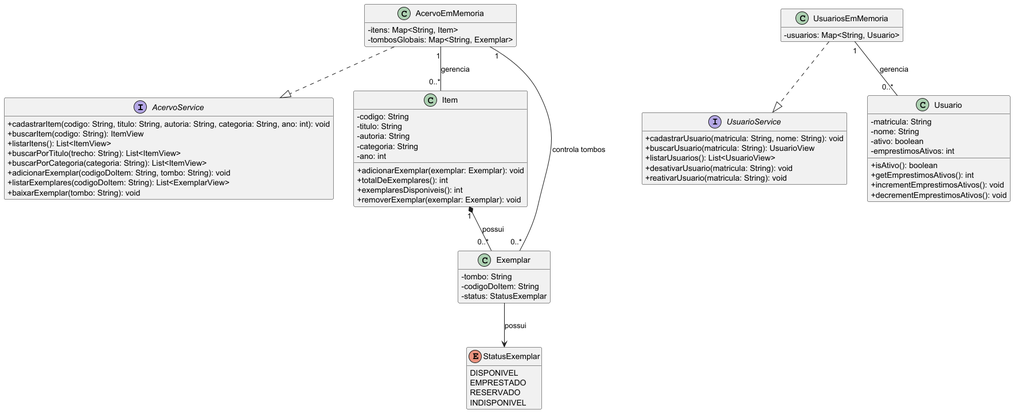
This is docs/modelo.png from poo-dcx-2026-2/equipe-01-itgirls, a PlantUML export, as it was before one commit. Source of this version:
```plantuml
@startuml

skinparam classAttributeIconSize 0
hide empty members

interface AcervoService {
    +cadastrarItem(codigo: String, titulo: String, autoria: String, categoria: String, ano: int): void
    +buscarItem(codigo: String): ItemView
    +listarItens(): List<ItemView>
    +buscarPorTitulo(trecho: String): List<ItemView>
    +buscarPorCategoria(categoria: String): List<ItemView>
    +adicionarExemplar(codigoDoItem: String, tombo: String): void
    +listarExemplares(codigoDoItem: String): List<ExemplarView>
    +baixarExemplar(tombo: String): void
}

class AcervoEmMemoria {
    -itens: Map<String, Item>
    -tombosGlobais: Map<String, Exemplar>
}

AcervoEmMemoria ..|> AcervoService


interface UsuarioService {
    +cadastrarUsuario(matricula: String, nome: String): void
    +buscarUsuario(matricula: String): UsuarioView
    +listarUsuarios(): List<UsuarioView>
    +desativarUsuario(matricula: String): void
    +reativarUsuario(matricula: String): void
}

class UsuariosEmMemoria {
    -usuarios: Map<String, Usuario>
}

UsuariosEmMemoria ..|> UsuarioService


class Item {
    -codigo: String
    -titulo: String
    -autoria: String
    -categoria: String
    -ano: int

    +adicionarExemplar(exemplar: Exemplar): void
    +totalDeExemplares(): int
    +exemplaresDisponiveis(): int
    +removerExemplar(exemplar: Exemplar): void
}

class Exemplar {
    -tombo: String
    -codigoDoItem: String
    -status: StatusExemplar
}

class Usuario {
    -matricula: String
    -nome: String
    -ativo: boolean
    -emprestimosAtivos: int

    +isAtivo(): boolean
    +getEmprestimosAtivos(): int
    +incrementEmprestimosAtivos(): void
    +decrementEmprestimosAtivos(): void
}

enum StatusExemplar {
    DISPONIVEL
    EMPRESTADO
    RESERVADO
    INDISPONIVEL
}


AcervoEmMemoria "1" -- "0..*" Item : gerencia

Item "1" *-- "0..*" Exemplar : possui

AcervoEmMemoria "1" -- "0..*" Exemplar : controla tombos

UsuariosEmMemoria "1" -- "0..*" Usuario : gerencia

Exemplar --> StatusExemplar : possui

@enduml
```
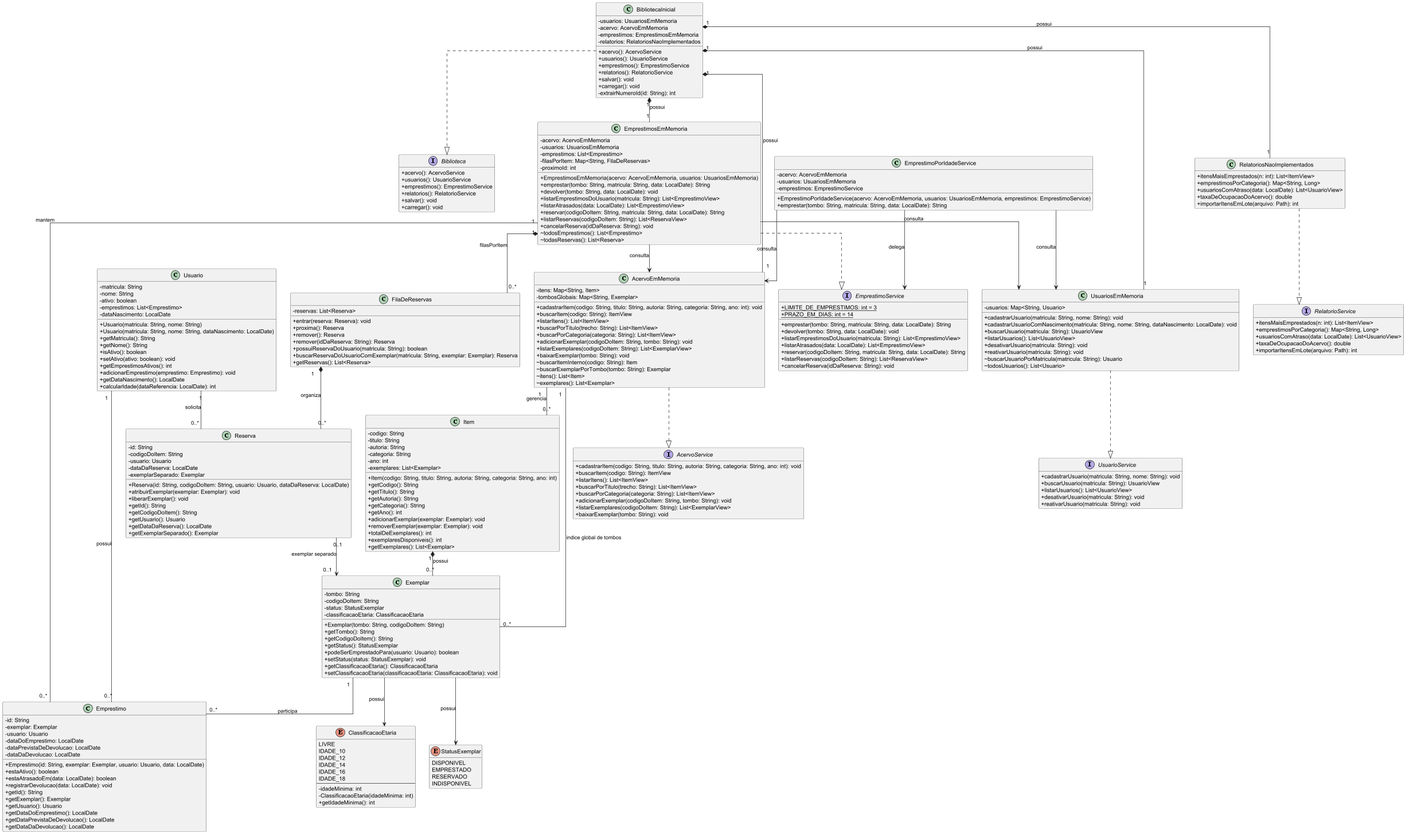
The same diagram one commit later.

Change to the diagram source:
```diff
@@ -1,7 +1,9 @@
 @startuml
 
 skinparam classAttributeIconSize 0
+skinparam linetype ortho
 hide empty members
+
 
 interface AcervoService {
     +cadastrarItem(codigo: String, titulo: String, autoria: String, categoria: String, ano: int): void
@@ -14,14 +16,6 @@
     +baixarExemplar(tombo: String): void
 }
 
-class AcervoEmMemoria {
-    -itens: Map<String, Item>
-    -tombosGlobais: Map<String, Exemplar>
-}
-
-AcervoEmMemoria ..|> AcervoService
-
-
 interface UsuarioService {
     +cadastrarUsuario(matricula: String, nome: String): void
     +buscarUsuario(matricula: String): UsuarioView
@@ -30,11 +24,105 @@
     +reativarUsuario(matricula: String): void
 }
 
+interface EmprestimoService {
+    +{static} LIMITE_DE_EMPRESTIMOS: int = 3
+    +{static} PRAZO_EM_DIAS: int = 14
+    +emprestar(tombo: String, matricula: String, data: LocalDate): String
+    +devolver(tombo: String, data: LocalDate): void
+    +listarEmprestimosDoUsuario(matricula: String): List<EmprestimoView>
+    +listarAtrasados(data: LocalDate): List<EmprestimoView>
+    +reservar(codigoDoItem: String, matricula: String, data: LocalDate): String
+    +listarReservas(codigoDoItem: String): List<ReservaView>
+    +cancelarReserva(idDaReserva: String): void
+}
+
+interface RelatorioService {
+    +itensMaisEmprestados(n: int): List<ItemView>
+    +emprestimosPorCategoria(): Map<String, Long>
+    +usuariosComAtraso(data: LocalDate): List<UsuarioView>
+    +taxaDeOcupacaoDoAcervo(): double
+    +importarItensEmLote(arquivo: Path): int
+}
+
+interface Biblioteca {
+    +acervo(): AcervoService
+    +usuarios(): UsuarioService
+    +emprestimos(): EmprestimoService
+    +relatorios(): RelatorioService
+    +salvar(): void
+    +carregar(): void
+}
+
+
+class AcervoEmMemoria {
+    -itens: Map<String, Item>
+    -tombosGlobais: Map<String, Exemplar>
+    +cadastrarItem(codigo: String, titulo: String, autoria: String, categoria: String, ano: int): void
+    +buscarItem(codigo: String): ItemView
+    +listarItens(): List<ItemView>
+    +buscarPorTitulo(trecho: String): List<ItemView>
+    +buscarPorCategoria(categoria: String): List<ItemView>
+    +adicionarExemplar(codigoDoItem: String, tombo: String): void
+    +listarExemplares(codigoDoItem: String): List<ExemplarView>
+    +baixarExemplar(tombo: String): void
+    ~buscarItemInterno(codigo: String): Item
+    ~buscarExemplarPorTombo(tombo: String): Exemplar
+    ~itens(): List<Item>
+    ~exemplares(): List<Exemplar>
+}
+
 class UsuariosEmMemoria {
     -usuarios: Map<String, Usuario>
+    +cadastrarUsuario(matricula: String, nome: String): void
+    +cadastrarUsuarioComNascimento(matricula: String, nome: String, dataNascimento: LocalDate): void
+    +buscarUsuario(matricula: String): UsuarioView
+    +listarUsuarios(): List<UsuarioView>
+    +desativarUsuario(matricula: String): void
+    +reativarUsuario(matricula: String): void
+    ~buscarUsuarioPorMatricula(matricula: String): Usuario
+    ~todosUsuarios(): List<Usuario>
 }
 
-UsuariosEmMemoria ..|> UsuarioService
+class EmprestimosEmMemoria {
+    -acervo: AcervoEmMemoria
+    -usuarios: UsuariosEmMemoria
+    -emprestimos: List<Emprestimo>
+    -filasPorItem: Map<String, FilaDeReservas>
+    -proximoId: int
+    +EmprestimosEmMemoria(acervo: AcervoEmMemoria, usuarios: UsuariosEmMemoria)
+    +emprestar(tombo: String, matricula: String, data: LocalDate): String
+    +devolver(tombo: String, data: LocalDate): void
+    +listarEmprestimosDoUsuario(matricula: String): List<EmprestimoView>
+    +listarAtrasados(data: LocalDate): List<EmprestimoView>
+    +reservar(codigoDoItem: String, matricula: String, data: LocalDate): String
+    +listarReservas(codigoDoItem: String): List<ReservaView>
+    +cancelarReserva(idDaReserva: String): void
+    ~todosEmprestimos(): List<Emprestimo>
+    ~todasReservas(): List<Reserva>
+}
+
+class RelatoriosNaoImplementados {
+    +itensMaisEmprestados(n: int): List<ItemView>
+    +emprestimosPorCategoria(): Map<String, Long>
+    +usuariosComAtraso(data: LocalDate): List<UsuarioView>
+    +taxaDeOcupacaoDoAcervo(): double
+    +importarItensEmLote(arquivo: Path): int
+}
+
+
+class BibliotecaInicial {
+    -usuarios: UsuariosEmMemoria
+    -acervo: AcervoEmMemoria
+    -emprestimos: EmprestimosEmMemoria
+    -relatorios: RelatoriosNaoImplementados
+    +acervo(): AcervoService
+    +usuarios(): UsuarioService
+    +emprestimos(): EmprestimoService
+    +relatorios(): RelatorioService
+    +salvar(): void
+    +carregar(): void
+    -extrairNumeroId(id: String): int
+}
 
 
 class Item {
@@ -43,29 +131,119 @@
     -autoria: String
     -categoria: String
     -ano: int
-
+    -exemplares: List<Exemplar>
+    +Item(codigo: String, titulo: String, autoria: String, categoria: String, ano: int)
+    +getCodigo(): String
+    +getTitulo(): String
+    +getAutoria(): String
+    +getCategoria(): String
+    +getAno(): int
     +adicionarExemplar(exemplar: Exemplar): void
+    +removerExemplar(exemplar: Exemplar): void
     +totalDeExemplares(): int
     +exemplaresDisponiveis(): int
-    +removerExemplar(exemplar: Exemplar): void
+    +getExemplares(): List<Exemplar>
 }
 
 class Exemplar {
     -tombo: String
     -codigoDoItem: String
     -status: StatusExemplar
+    -classificacaoEtaria: ClassificacaoEtaria
+    +Exemplar(tombo: String, codigoDoItem: String)
+    +getTombo(): String
+    +getCodigoDoItem(): String
+    +getStatus(): StatusExemplar
+    +podeSerEmprestadoPara(usuario: Usuario): boolean
+    +setStatus(status: StatusExemplar): void
+    +getClassificacaoEtaria(): ClassificacaoEtaria
+    +setClassificacaoEtaria(classificacaoEtaria: ClassificacaoEtaria): void
 }
 
 class Usuario {
     -matricula: String
     -nome: String
     -ativo: boolean
-    -emprestimosAtivos: int
+    -emprestimos: List<Emprestimo>
+    -dataNascimento: LocalDate
+    +Usuario(matricula: String, nome: String)
+    +Usuario(matricula: String, nome: String, dataNascimento: LocalDate)
+    +getMatricula(): String
+    +getNome(): String
+    +isAtivo(): boolean
+    +setAtivo(ativo: boolean): void
+    +getEmprestimosAtivos(): int
+    +adicionarEmprestimo(emprestimo: Emprestimo): void
+    +getDataNascimento(): LocalDate
+    +calcularIdade(dataReferencia: LocalDate): int
+}
 
-    +isAtivo(): boolean
-    +getEmprestimosAtivos(): int
-    +incrementEmprestimosAtivos(): void
-    +decrementEmprestimosAtivos(): void
+class Emprestimo {
+    -id: String
+    -exemplar: Exemplar
+    -usuario: Usuario
+    -dataDoEmprestimo: LocalDate
+    -dataPrevistaDeDevolucao: LocalDate
+    -dataDaDevolucao: LocalDate
+    +Emprestimo(id: String, exemplar: Exemplar, usuario: Usuario, data: LocalDate)
+    +estaAtivo(): boolean
+    +estaAtrasadoEm(data: LocalDate): boolean
+    +registrarDevolucao(data: LocalDate): void
+    +getId(): String
+    +getExemplar(): Exemplar
+    +getUsuario(): Usuario
+    +getDataDoEmprestimo(): LocalDate
+    +getDataPrevistaDeDevolucao(): LocalDate
+    +getDataDaDevolucao(): LocalDate
+}
+
+class Reserva {
+    -id: String
+    -codigoDoItem: String
+    -usuario: Usuario
+    -dataDaReserva: LocalDate
+    -exemplarSeparado: Exemplar
+    +Reserva(id: String, codigoDoItem: String, usuario: Usuario, dataDaReserva: LocalDate)
+    +atribuirExemplar(exemplar: Exemplar): void
+    +liberarExemplar(): void
+    +getId(): String
+    +getCodigoDoItem(): String
+    +getUsuario(): Usuario
+    +getDataDaReserva(): LocalDate
+    +getExemplarSeparado(): Exemplar
+}
+
+class FilaDeReservas {
+    -reservas: List<Reserva>
+    +entrar(reserva: Reserva): void
+    +proxima(): Reserva
+    +remover(): Reserva
+    +remover(idDaReserva: String): Reserva
+    +possuiReservaDoUsuario(matricula: String): boolean
+    +buscarReservaDoUsuarioComExemplar(matricula: String, exemplar: Exemplar): Reserva
+    +getReservas(): List<Reserva>
+}
+
+
+class EmprestimoPorIdadeService {
+    -acervo: AcervoEmMemoria
+    -usuarios: UsuariosEmMemoria
+    -emprestimos: EmprestimoService
+    +EmprestimoPorIdadeService(acervo: AcervoEmMemoria, usuarios: UsuariosEmMemoria, emprestimos: EmprestimoService)
+    +emprestar(tombo: String, matricula: String, data: LocalDate): String
+}
+
+enum ClassificacaoEtaria {
+    LIVRE
+    IDADE_10
+    IDADE_12
+    IDADE_14
+    IDADE_16
+    IDADE_18
+    --
+    -idadeMinima: int
+    -ClassificacaoEtaria(idadeMinima: int)
+    +getIdadeMinima(): int
 }
 
 enum StatusExemplar {
@@ -76,14 +254,44 @@
 }
 
 
+AcervoEmMemoria ..|> AcervoService
+UsuariosEmMemoria ..|> UsuarioService
+EmprestimosEmMemoria ..|> EmprestimoService
+RelatoriosNaoImplementados ..|> RelatorioService
+BibliotecaInicial ..|> Biblioteca
+
+
+BibliotecaInicial "1" *-- "1" AcervoEmMemoria : possui
+BibliotecaInicial "1" *-- "1" UsuariosEmMemoria : possui
+BibliotecaInicial "1" *-- "1" EmprestimosEmMemoria : possui
+BibliotecaInicial "1" *-- "1" RelatoriosNaoImplementados : possui
+
+EmprestimosEmMemoria --> AcervoEmMemoria : consulta
+EmprestimosEmMemoria --> UsuariosEmMemoria : consulta
+
+
 AcervoEmMemoria "1" -- "0..*" Item : gerencia
-
 Item "1" *-- "0..*" Exemplar : possui
-
-AcervoEmMemoria "1" -- "0..*" Exemplar : controla tombos
-
-UsuariosEmMemoria "1" -- "0..*" Usuario : gerencia
+AcervoEmMemoria "1" -- "0..*" Exemplar : indice global de tombos
 
 Exemplar --> StatusExemplar : possui
+Exemplar --> ClassificacaoEtaria : possui
+
+
+EmprestimosEmMemoria "1" -- "0..*" Emprestimo : mantem
+Usuario "1" -- "0..*" Emprestimo : possui
+Exemplar "1" -- "0..*" Emprestimo : participa
+
+
+EmprestimosEmMemoria "1" *-- "0..*" FilaDeReservas : filasPorItem
+FilaDeReservas "1" *-- "0..*" Reserva : organiza
+
+Usuario "1" -- "0..*" Reserva : solicita
+Reserva "0..1" --> "0..1" Exemplar : exemplar separado
+
+
+EmprestimoPorIdadeService --> AcervoEmMemoria : consulta
+EmprestimoPorIdadeService --> UsuariosEmMemoria : consulta
+EmprestimoPorIdadeService --> EmprestimoService : delega
 
 @enduml
```
